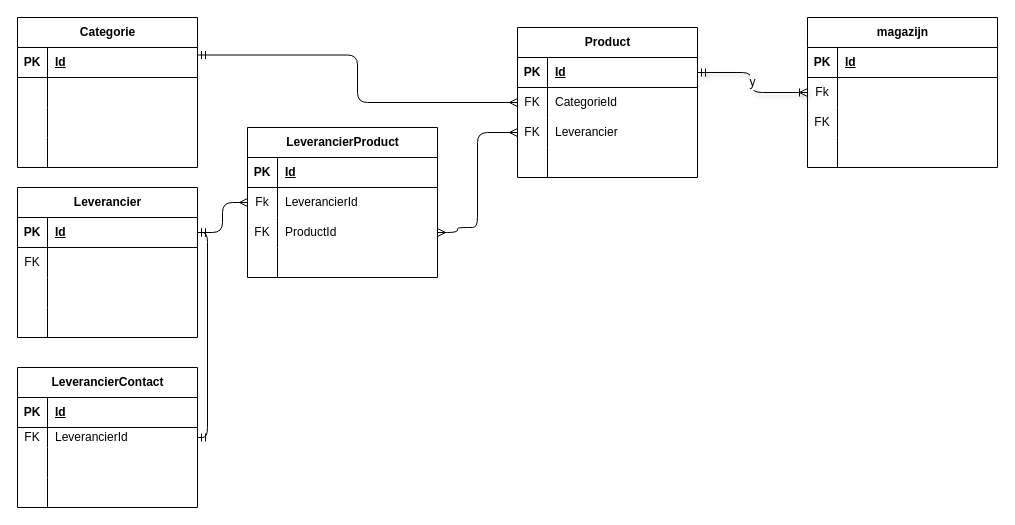
Before: database/ERD/ERDVanOzer.drawio in seppanhuis/voedselbank, a draw.io diagram. Source tidied: cells renumbered, new cells numbered last; positions are measured from the earlier drawing's top-left corner, leaving out a move shared by most shapes. Both pictures are drawn from the tidied source at 100%, with x=0, y=0 at pixel (17, 17).
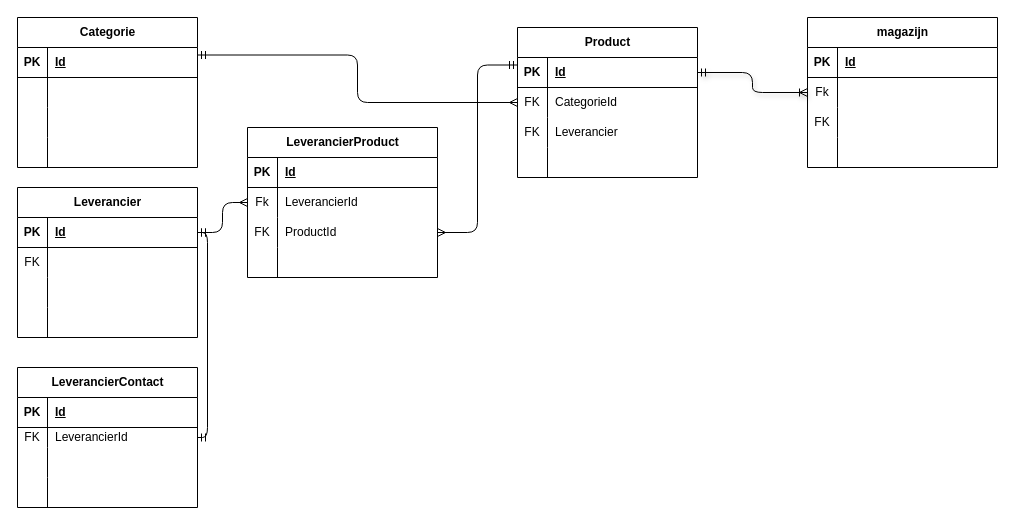
After the change.

Commit message (it also covers changes not shown here):
sep gedeelde fout

The change refers to these unchanged cells:
```xml
<mxCell id="28" value="Product" style="shape=table;startSize=30;childLayout=tableLayout;rowLines=0;fontStyle=1;align=center;html=1;" parent="1" vertex="1">
  <mxGeometry x="500" y="10" width="180" height="150" as="geometry" />
</mxCell>
<mxCell id="29" style="shape=tableRow;horizontal=0;startSize=0;swimlaneHead=0;swimlaneBody=0;fillColor=none;points=[[0,0.5],[1,0.5]];portConstraint=eastwest;top=0;left=0;right=0;bottom=1;" parent="28" vertex="1">
  <mxGeometry y="30" width="180" height="30" as="geometry" />
</mxCell>
<mxCell id="35" style="shape=tableRow;horizontal=0;startSize=0;swimlaneHead=0;swimlaneBody=0;fillColor=none;points=[[0,0.5],[1,0.5]];portConstraint=eastwest;top=0;left=0;right=0;bottom=0;" parent="28" vertex="1">
  <mxGeometry y="90" width="180" height="30" as="geometry" />
</mxCell>
<mxCell id="51" style="shape=tableRow;horizontal=0;startSize=0;swimlaneHead=0;swimlaneBody=0;fillColor=none;points=[[0,0.5],[1,0.5]];portConstraint=eastwest;top=0;left=0;right=0;bottom=0;" parent="44" vertex="1">
  <mxGeometry y="90" width="190" height="30" as="geometry" />
</mxCell>
<mxCell id="75" style="shape=tableRow;horizontal=0;startSize=0;swimlaneHead=0;swimlaneBody=0;fillColor=none;points=[[0,0.5],[1,0.5]];portConstraint=eastwest;top=0;left=0;right=0;bottom=0;" parent="71" vertex="1">
  <mxGeometry y="60" width="190" height="30" as="geometry" />
</mxCell>
```

What changed in the source:
```diff
@@
-    <mxCell id="42" style="edgeStyle=orthogonalEdgeStyle;fontSize=12;html=1;endArrow=ERmany;endFill=0;startArrow=ERmany;startFill=0;exitX=1;exitY=0.5;exitDx=0;exitDy=0;entryX=0;entryY=0.5;entryDx=0;entryDy=0;" parent="1" edge="1" source="51" target="35">
-      <mxGeometry relative="1" as="geometry">
-        <Array as="points">
-          <mxPoint x="440" y="215" />
-          <mxPoint x="440" y="210" />
-          <mxPoint x="460" y="210" />
-          <mxPoint x="460" y="115" />
-        </Array>
-      </mxGeometry>
+    <mxCell id="42" style="edgeStyle=orthogonalEdgeStyle;fontSize=12;html=1;endArrow=ERmandOne;endFill=0;startArrow=ERmany;startFill=0;exitX=1;exitY=0.5;exitDx=0;exitDy=0;entryX=0;entryY=0.25;entryDx=0;entryDy=0;" parent="1" edge="1" source="51" target="28">
+      <mxGeometry relative="1" as="geometry" />
     </mxCell>
@@
-    <mxCell id="84" value="y" style="edgeStyle=orthogonalEdgeStyle;fontSize=12;html=1;endArrow=ERoneToMany;endFill=0;startArrow=ERmandOne;startFill=0;exitX=1;exitY=0.5;exitDx=0;exitDy=0;entryX=0;entryY=0.5;entryDx=0;entryDy=0;shadow=1;" parent="1" edge="1" source="29" target="75">
+    <mxCell id="84" style="edgeStyle=orthogonalEdgeStyle;fontSize=12;html=1;endArrow=ERoneToMany;endFill=0;startArrow=ERmandOne;startFill=0;exitX=1;exitY=0.5;exitDx=0;exitDy=0;entryX=0;entryY=0.5;entryDx=0;entryDy=0;shadow=1;" parent="1" edge="1" source="29" target="75">
       <mxGeometry relative="1" as="geometry" />
     </mxCell>
```
